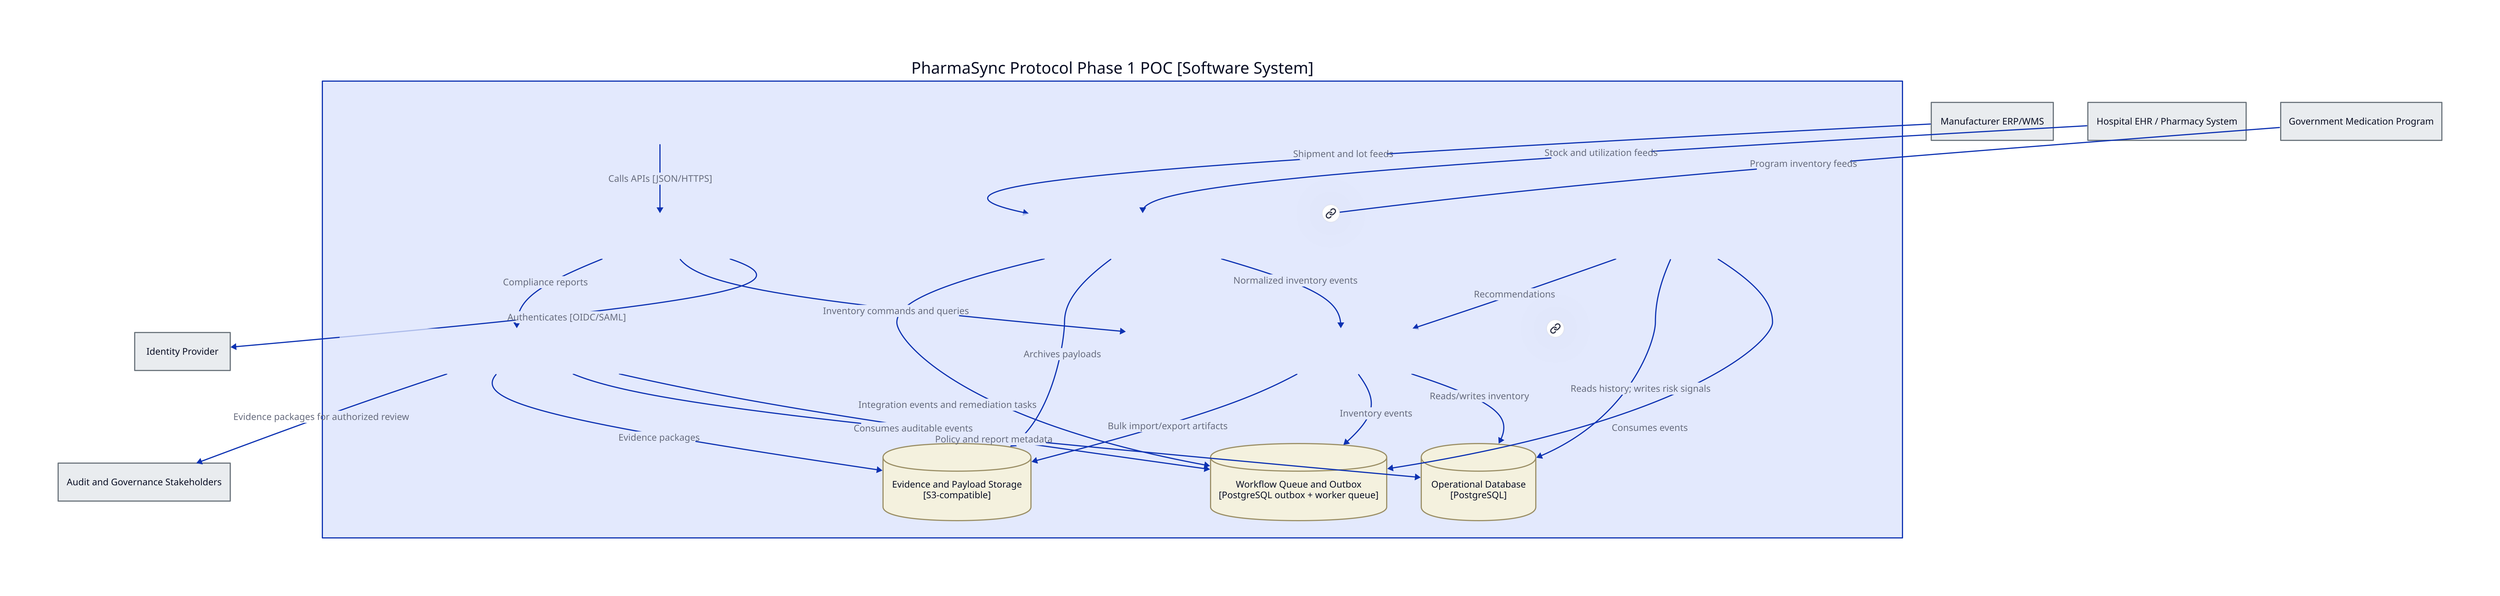
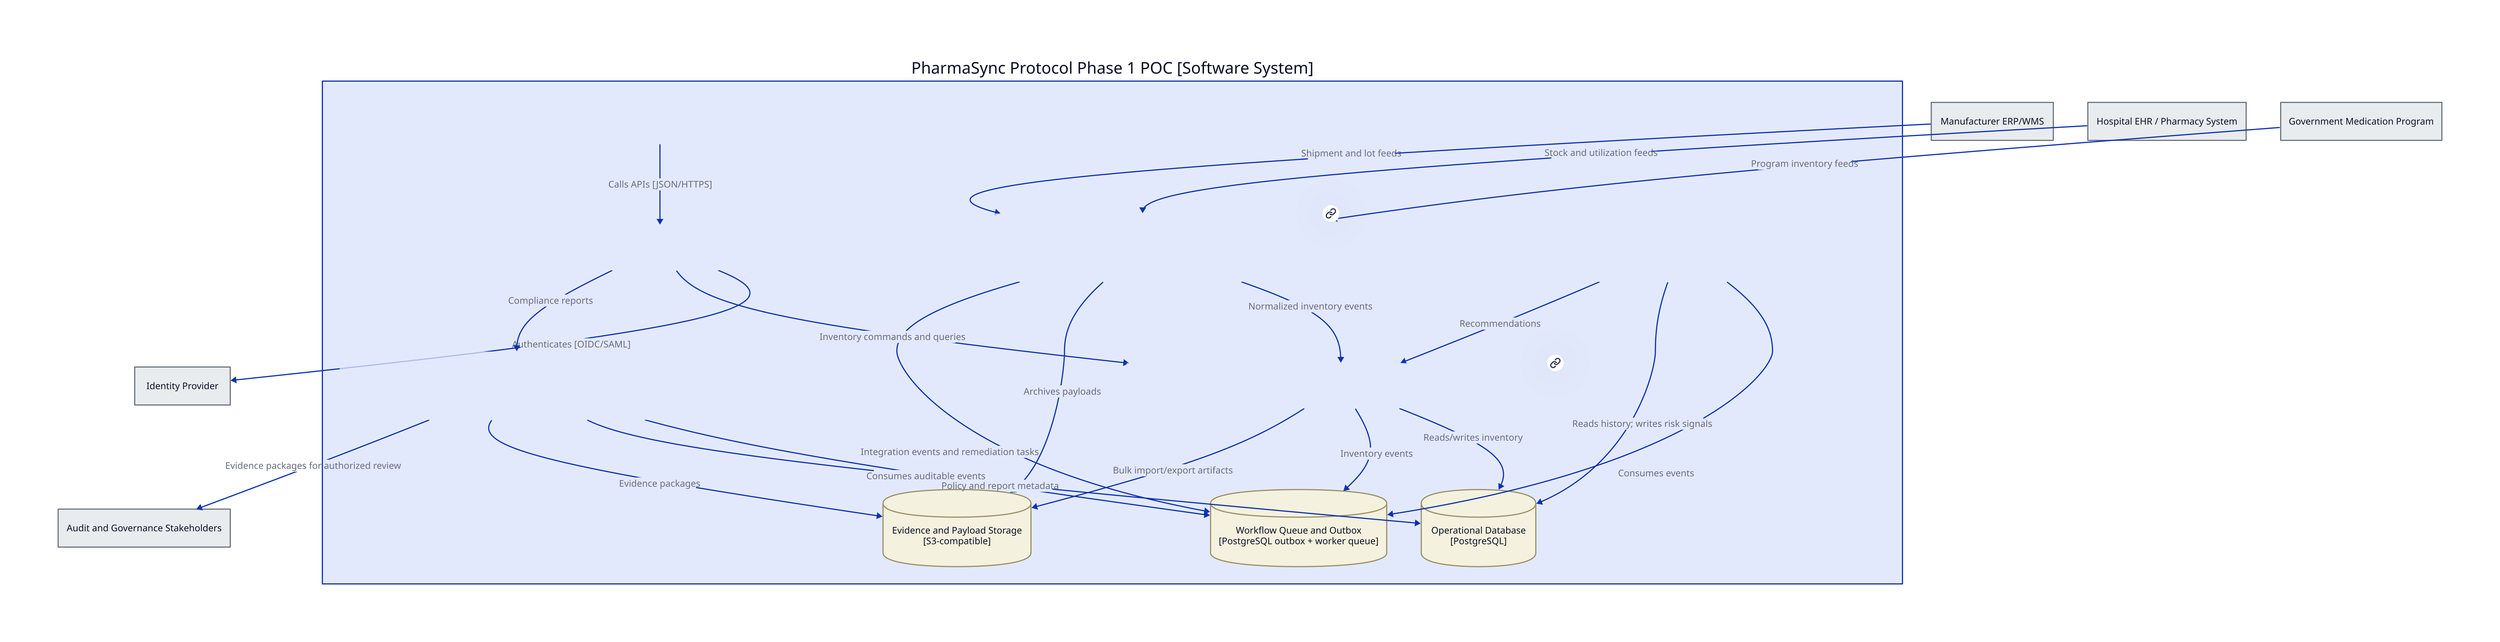
vars: {
  d2-config: {
    layout-engine: elk
  }
}

classes: {
  app: {
    style.fill: "#2d6a4f"
    style.stroke: "#1b4332"
    style.font-color: "#ffffff"
  }
  data: {
    shape: cylinder
    style.fill: "#f4f1de"
    style.stroke: "#9b8f66"
  }
  external: {
    style.fill: "#e9ecef"
    style.stroke: "#6c757d"
  }
}

pharmaSync: {
  label: "PharmaSync Protocol Phase 1 POC [Software System]"

  web: {
    class: app
    label: |md
      ## Operations Web App
      [Vue 3 / Vite / Nuxt UI / Reka UI]
      Dashboard for inventory, alerts, integration health, recommendations, and compliance evidence.
    |
  }

  api: {
    class: app
    label: |md
      ## API Gateway
      [AdonisJS / REST / OpenAPI]
      Authenticated entry point for users, partners, and internal APIs.
    |
  }

  inventory: {
    class: app
    link: "component-inventory-api.d2"
    label: |md
      ## Inventory API
      [AdonisJS / Lucid ORM / PostgreSQL]
      Medication, lot, expiration, location, and movement system of record.
    |
  }

  integration: {
    class: app
    link: "component-integration-gateway.d2"
    label: |md
      ## Integration Gateway
      [Workers / ETL]
      Validates, maps, deduplicates, quarantines, and normalizes partner payloads.
+ 
+       Processes: system/ingestion/*
    |
  }

  signals: {
    class: app
    label: |md
      ## Signal Service
      [TypeScript worker / rules engine]
      Rules-based shortage, overstock, expiry risk, and replenishment signals.
+ 
+       Processes: system/signals/*, dmn/signals/*
    |
  }

  compliance: {
    class: app
    label: |md
      ## Compliance Evidence Service
      [AdonisJS service module]
      Evidence capture, policy findings, trace IDs, and review packages.
+ 
+       Processes: system/evidence/*, dmn/compliance/*
    |
  }

  db: {
    class: data
    label: "Operational Database\n[PostgreSQL]"
  }

  queue: {
    class: data
    label: "Workflow Queue and Outbox\n[PostgreSQL outbox + worker queue]"
  }

  storage: {
    class: data
    label: "Evidence and Payload Storage\n[S3-compatible]"
  }
}

manufacturer: {
  class: external
  label: "Manufacturer ERP/WMS"
}

ehr: {
  class: external
  label: "Hospital EHR / Pharmacy System"
}

government: {
  class: external
  label: "Government Medication Program"
}

idp: {
  class: external
  label: "Identity Provider"
}

audit: {
  class: external
  label: "Audit and Governance Stakeholders"
}

pharmaSync.web -> pharmaSync.api: "Calls APIs [JSON/HTTPS]"
pharmaSync.api -> idp: "Authenticates [OIDC/SAML]"
pharmaSync.api -> pharmaSync.inventory: "Inventory commands and queries"
pharmaSync.api -> pharmaSync.compliance: "Compliance reports"

manufacturer -> pharmaSync.integration: "Shipment and lot feeds"
ehr -> pharmaSync.integration: "Stock and utilization feeds"
government -> pharmaSync.integration: "Program inventory feeds"

pharmaSync.integration -> pharmaSync.inventory: "Normalized inventory events"
pharmaSync.integration -> pharmaSync.storage: "Archives payloads"
pharmaSync.integration -> pharmaSync.queue: "Integration events and remediation tasks"

pharmaSync.inventory -> pharmaSync.db: "Reads/writes inventory"
pharmaSync.inventory -> pharmaSync.queue: "Inventory events"
pharmaSync.inventory -> pharmaSync.storage: "Bulk import/export artifacts"

pharmaSync.signals -> pharmaSync.queue: "Consumes events"
pharmaSync.signals -> pharmaSync.db: "Reads history; writes risk signals"
pharmaSync.signals -> pharmaSync.inventory: "Recommendations"

pharmaSync.compliance -> pharmaSync.queue: "Consumes auditable events"
pharmaSync.compliance -> pharmaSync.db: "Policy and report metadata"
pharmaSync.compliance -> pharmaSync.storage: "Evidence packages"
pharmaSync.compliance -> audit: "Evidence packages for authorized review"
